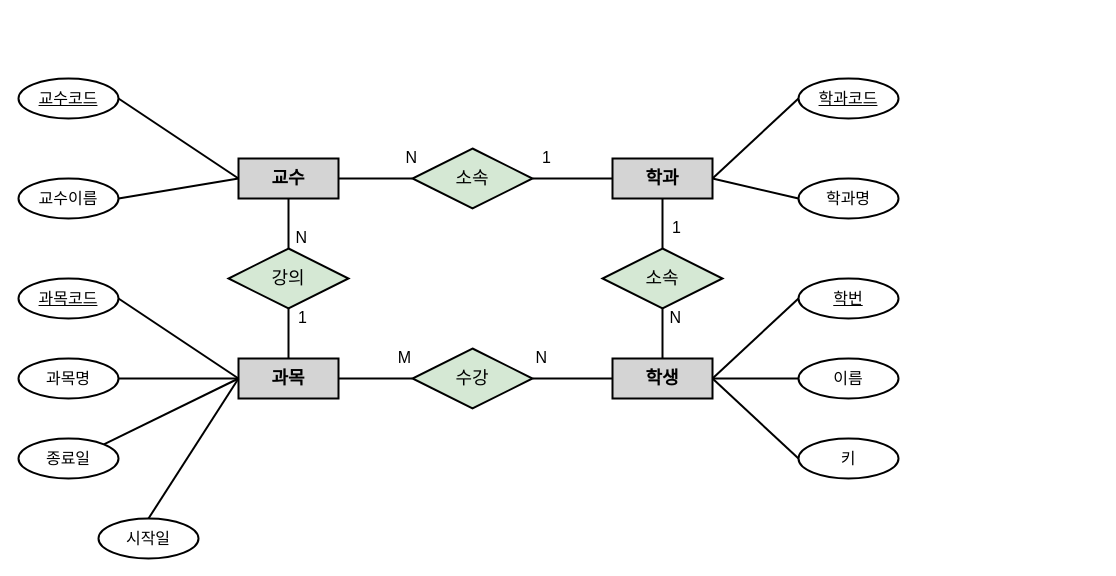
This is haksa.drawio from Sun-Rang/Study_MySQL, a draw.io file, before an edit. Source tidied: cells renumbered, new cells numbered last; positions are measured from the earlier drawing's top-left corner, leaving out a move shared by most shapes. Both pictures are drawn from the tidied source at 100%, with x=0, y=0 at pixel (18, 78).
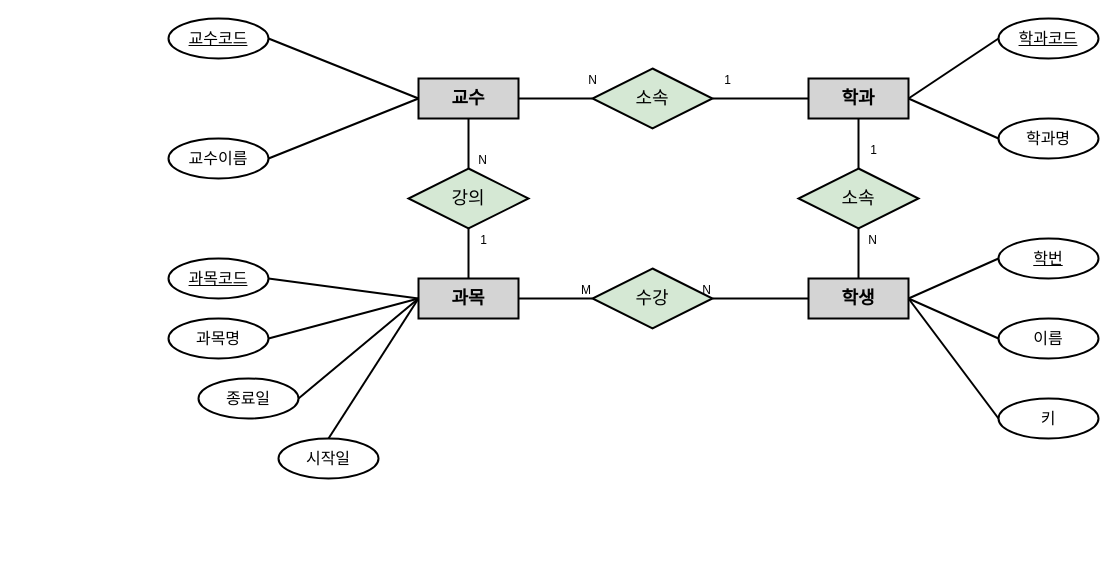
After the change.

The change refers to these unchanged cells:
```xml
<mxCell id="21" style="endArrow=none;html=1;rounded=0;exitX=1;exitY=0.5;exitDx=0;exitDy=0;entryX=0;entryY=0.5;entryDx=0;entryDy=0;strokeWidth=2;" parent="1" edge="1" source="6" target="11">
  <mxGeometry relative="1" as="geometry" />
</mxCell>
<mxCell id="23" style="endArrow=none;html=1;rounded=0;exitX=0;exitY=0.5;exitDx=0;exitDy=0;entryX=1;entryY=0.5;entryDx=0;entryDy=0;strokeWidth=2;" parent="1" edge="1" source="15" target="11">
  <mxGeometry relative="1" as="geometry" />
</mxCell>
<mxCell id="25" style="endArrow=none;html=1;rounded=0;exitX=0.5;exitY=1;exitDx=0;exitDy=0;entryX=0.5;entryY=0;entryDx=0;entryDy=0;strokeWidth=2;" parent="1" edge="1" source="2" target="5">
  <mxGeometry relative="1" as="geometry" />
</mxCell>
<mxCell id="27" style="endArrow=none;html=1;rounded=0;exitX=0.5;exitY=0;exitDx=0;exitDy=0;strokeWidth=2;" parent="1" edge="1" source="6" target="5">
  <mxGeometry relative="1" as="geometry" />
</mxCell>
<mxCell id="29" style="endArrow=none;html=1;rounded=0;entryX=0;entryY=0.5;entryDx=0;entryDy=0;exitX=1;exitY=0.5;exitDx=0;exitDy=0;strokeWidth=2;" parent="1" edge="1" source="2" target="12">
  <mxGeometry relative="1" as="geometry" />
</mxCell>
<mxCell id="31" style="endArrow=none;html=1;rounded=0;exitX=0;exitY=0.5;exitDx=0;exitDy=0;entryX=1;entryY=0.5;entryDx=0;entryDy=0;strokeWidth=2;" parent="1" edge="1" source="14" target="12">
  <mxGeometry relative="1" as="geometry" />
</mxCell>
<mxCell id="33" style="endArrow=none;html=1;rounded=0;exitX=0.5;exitY=1;exitDx=0;exitDy=0;entryX=0.5;entryY=0;entryDx=0;entryDy=0;strokeWidth=2;" parent="1" edge="1" source="14" target="13">
  <mxGeometry relative="1" as="geometry" />
</mxCell>
<mxCell id="35" style="endArrow=none;html=1;rounded=0;entryX=0.5;entryY=1;entryDx=0;entryDy=0;exitX=0.5;exitY=0;exitDx=0;exitDy=0;strokeWidth=2;" parent="1" edge="1" source="15" target="13">
  <mxGeometry relative="1" as="geometry" />
</mxCell>
```

What changed in the source:
```diff
@@
     <mxCell id="2" value="교수" style="whiteSpace=wrap;html=1;align=center;fontSize=18;fillColor=#D4D4D4;strokeWidth=2;fontStyle=1;" parent="1" vertex="1">
-      <mxGeometry x="220" y="80" width="100" height="40" as="geometry" />
+      <mxGeometry x="400" width="100" height="40" as="geometry" />
     </mxCell>
     <mxCell id="3" value="교수코드" style="ellipse;whiteSpace=wrap;html=1;align=center;fontStyle=4;fontSize=16;strokeWidth=2;" parent="1" vertex="1">
-      <mxGeometry width="100" height="40" as="geometry" />
+      <mxGeometry x="150" y="-60" width="100" height="40" as="geometry" />
     </mxCell>
     <mxCell id="4" value="교수이름" style="ellipse;whiteSpace=wrap;html=1;align=center;fontSize=16;strokeWidth=2;" parent="1" vertex="1">
-      <mxGeometry y="100" width="100" height="40" as="geometry" />
+      <mxGeometry x="150" y="60" width="100" height="40" as="geometry" />
     </mxCell>
     <mxCell id="5" value="강의" style="shape=rhombus;perimeter=rhombusPerimeter;whiteSpace=wrap;html=1;align=center;fontSize=18;fillColor=#d5e8d4;strokeColor=#000000;strokeWidth=2;" parent="1" vertex="1">
-      <mxGeometry x="210" y="170" width="120" height="60" as="geometry" />
+      <mxGeometry x="390" y="90" width="120" height="60" as="geometry" />
     </mxCell>
     <mxCell id="6" value="과목" style="whiteSpace=wrap;html=1;align=center;fontSize=18;fillColor=#D4D4D4;strokeWidth=2;fontStyle=1;" parent="1" vertex="1">
-      <mxGeometry x="220" y="280" width="100" height="40" as="geometry" />
+      <mxGeometry x="400" y="200" width="100" height="40" as="geometry" />
     </mxCell>
     <mxCell id="7" value="과목코드" style="ellipse;whiteSpace=wrap;html=1;align=center;fontStyle=4;fontSize=16;strokeWidth=2;" parent="1" vertex="1">
-      <mxGeometry y="200" width="100" height="40" as="geometry" />
+      <mxGeometry x="150" y="180" width="100" height="40" as="geometry" />
     </mxCell>
     <mxCell id="8" value="과목명" style="ellipse;whiteSpace=wrap;html=1;align=center;fontSize=16;strokeWidth=2;" parent="1" vertex="1">
-      <mxGeometry y="280" width="100" height="40" as="geometry" />
+      <mxGeometry x="150" y="240" width="100" height="40" as="geometry" />
     </mxCell>
     <mxCell id="9" value="종료일" style="ellipse;whiteSpace=wrap;html=1;align=center;fontSize=16;strokeWidth=2;" parent="1" vertex="1">
-      <mxGeometry y="360" width="100" height="40" as="geometry" />
+      <mxGeometry x="180" y="300" width="100" height="40" as="geometry" />
     </mxCell>
     <mxCell id="10" value="시작일" style="ellipse;whiteSpace=wrap;html=1;align=center;fontSize=16;strokeWidth=2;" parent="1" vertex="1">
-      <mxGeometry x="80" y="440" width="100" height="40" as="geometry" />
+      <mxGeometry x="260" y="360" width="100" height="40" as="geometry" />
     </mxCell>
     <mxCell id="11" value="수강" style="shape=rhombus;perimeter=rhombusPerimeter;whiteSpace=wrap;html=1;align=center;fontSize=18;fillColor=#d5e8d4;strokeColor=#000000;strokeWidth=2;" parent="1" vertex="1">
-      <mxGeometry x="394" y="270" width="120" height="60" as="geometry" />
+      <mxGeometry x="574" y="190" width="120" height="60" as="geometry" />
     </mxCell>
     <mxCell id="12" value="소속" style="shape=rhombus;perimeter=rhombusPerimeter;whiteSpace=wrap;html=1;align=center;fontSize=18;fillColor=#d5e8d4;strokeColor=#000000;strokeWidth=2;" parent="1" vertex="1">
-      <mxGeometry x="394" y="70" width="120" height="60" as="geometry" />
+      <mxGeometry x="574" y="-10" width="120" height="60" as="geometry" />
     </mxCell>
+    <mxCell id="48" style="edgeStyle=orthogonalEdgeStyle;rounded=0;jettySize=auto;html=1;" parent="1" edge="1" source="13">
+      <mxGeometry relative="1" as="geometry">
+        <mxPoint x="840" y="10" as="targetPoint" />
+      </mxGeometry>
+    </mxCell>
     <mxCell id="13" value="소속" style="shape=rhombus;perimeter=rhombusPerimeter;whiteSpace=wrap;html=1;align=center;fontSize=18;fillColor=#d5e8d4;strokeColor=#000000;strokeWidth=2;" parent="1" vertex="1">
-      <mxGeometry x="584" y="170" width="120" height="60" as="geometry" />
+      <mxGeometry x="780" y="90" width="120" height="60" as="geometry" />
     </mxCell>
     <mxCell id="14" value="학과" style="whiteSpace=wrap;html=1;align=center;fontSize=18;fillColor=#D4D4D4;strokeWidth=2;fontStyle=1;" parent="1" vertex="1">
-      <mxGeometry x="594" y="80" width="100" height="40" as="geometry" />
+      <mxGeometry x="790" width="100" height="40" as="geometry" />
     </mxCell>
     <mxCell id="15" value="학생" style="whiteSpace=wrap;html=1;align=center;fontSize=18;fillColor=#D4D4D4;strokeWidth=2;fontStyle=1;" parent="1" vertex="1">
-      <mxGeometry x="594" y="280" width="100" height="40" as="geometry" />
+      <mxGeometry x="790" y="200" width="100" height="40" as="geometry" />
     </mxCell>
     <mxCell id="16" value="학과코드" style="ellipse;whiteSpace=wrap;html=1;align=center;fontStyle=4;fontSize=16;strokeWidth=2;" parent="1" vertex="1">
-      <mxGeometry x="780" width="100" height="40" as="geometry" />
+      <mxGeometry x="980" y="-60" width="100" height="40" as="geometry" />
     </mxCell>
     <mxCell id="17" value="학과명" style="ellipse;whiteSpace=wrap;html=1;align=center;fontSize=16;strokeWidth=2;" parent="1" vertex="1">
-      <mxGeometry x="780" y="100" width="100" height="40" as="geometry" />
+      <mxGeometry x="980" y="40" width="100" height="40" as="geometry" />
     </mxCell>
     <mxCell id="18" value="이름" style="ellipse;whiteSpace=wrap;html=1;align=center;fontSize=16;strokeWidth=2;" parent="1" vertex="1">
-      <mxGeometry x="780" y="280" width="100" height="40" as="geometry" />
+      <mxGeometry x="980" y="240" width="100" height="40" as="geometry" />
     </mxCell>
     <mxCell id="19" value="학번" style="ellipse;whiteSpace=wrap;html=1;align=center;fontStyle=4;fontSize=16;strokeWidth=2;" parent="1" vertex="1">
-      <mxGeometry x="780" y="200" width="100" height="40" as="geometry" />
+      <mxGeometry x="980" y="160" width="100" height="40" as="geometry" />
     </mxCell>
     <mxCell id="20" value="키" style="ellipse;whiteSpace=wrap;html=1;align=center;fontSize=16;strokeWidth=2;" parent="1" vertex="1">
-      <mxGeometry x="780" y="360" width="100" height="40" as="geometry" />
+      <mxGeometry x="980" y="320" width="100" height="40" as="geometry" />
     </mxCell>
@@
-    <mxCell id="22" value="M" style="html=1;whiteSpace=wrap;align=right;verticalAlign=bottom;fontSize=16;" parent="21" vertex="1">
-      <mxGeometry x="1" relative="1" as="geometry">
-        <mxPoint y="-10" as="offset" />
-      </mxGeometry>
+    <mxCell id="22" value="M" style="html=1;whiteSpace=wrap;align=right;verticalAlign=bottom;" parent="21" vertex="1">
+      <mxGeometry x="1" relative="1" as="geometry" />
     </mxCell>
@@
-    <mxCell id="24" value="N" style="html=1;whiteSpace=wrap;align=right;verticalAlign=bottom;fontSize=16;" parent="23" vertex="1">
-      <mxGeometry x="1" relative="1" as="geometry">
-        <mxPoint x="16" y="-10" as="offset" />
-      </mxGeometry>
+    <mxCell id="24" value="N" style="html=1;whiteSpace=wrap;align=right;verticalAlign=bottom;" parent="23" vertex="1">
+      <mxGeometry x="1" relative="1" as="geometry" />
     </mxCell>
@@
-    <mxCell id="26" value="N" style="html=1;whiteSpace=wrap;align=right;verticalAlign=bottom;fontSize=16;" parent="25" vertex="1">
+    <mxCell id="26" value="N" style="html=1;whiteSpace=wrap;align=right;verticalAlign=bottom;" parent="25" vertex="1">
       <mxGeometry x="1" relative="1" as="geometry">
         <mxPoint x="20" as="offset" />
       </mxGeometry>
     </mxCell>
@@
-    <mxCell id="28" value="1" style="html=1;whiteSpace=wrap;align=right;verticalAlign=bottom;fontSize=16;" parent="27" vertex="1">
+    <mxCell id="28" value="1" style="html=1;whiteSpace=wrap;align=right;verticalAlign=bottom;" parent="27" vertex="1">
       <mxGeometry x="1" relative="1" as="geometry">
         <mxPoint x="20" y="20" as="offset" />
       </mxGeometry>
     </mxCell>
@@
-    <mxCell id="30" value="N" style="html=1;whiteSpace=wrap;align=right;verticalAlign=bottom;fontSize=16;" parent="29" vertex="1">
+    <mxCell id="30" value="N" style="html=1;whiteSpace=wrap;align=right;verticalAlign=bottom;" parent="29" vertex="1">
       <mxGeometry x="1" relative="1" as="geometry">
         <mxPoint x="6" y="-10" as="offset" />
       </mxGeometry>
     </mxCell>
@@
-    <mxCell id="32" value="1" style="html=1;whiteSpace=wrap;align=right;verticalAlign=bottom;fontSize=16;" parent="31" vertex="1">
+    <mxCell id="32" value="1" style="html=1;whiteSpace=wrap;align=right;verticalAlign=bottom;" parent="31" vertex="1">
       <mxGeometry x="1" relative="1" as="geometry">
         <mxPoint x="20" y="-10" as="offset" />
       </mxGeometry>
     </mxCell>
@@
-    <mxCell id="34" value="1" style="html=1;whiteSpace=wrap;align=right;verticalAlign=bottom;fontSize=16;" parent="33" vertex="1">
+    <mxCell id="34" value="1" style="html=1;whiteSpace=wrap;align=right;verticalAlign=bottom;" parent="33" vertex="1">
       <mxGeometry x="1" relative="1" as="geometry">
         <mxPoint x="20" y="-10" as="offset" />
       </mxGeometry>
     </mxCell>
@@
-    <mxCell id="36" value="N" style="html=1;whiteSpace=wrap;align=right;verticalAlign=bottom;fontSize=16;" parent="35" vertex="1">
+    <mxCell id="36" value="N" style="html=1;whiteSpace=wrap;align=right;verticalAlign=bottom;" parent="35" vertex="1">
       <mxGeometry x="1" relative="1" as="geometry">
         <mxPoint x="20" y="20" as="offset" />
       </mxGeometry>
     </mxCell>
@@
-    <mxCell id="39" style="endArrow=none;html=1;rounded=0;strokeWidth=2;exitX=1;exitY=0.5;exitDx=0;exitDy=0;entryX=0;entryY=0.5;entryDx=0;entryDy=0;" parent="1" edge="1" source="7" target="6">
-      <mxGeometry relative="1" as="geometry" />
+    <mxCell id="39" style="endArrow=none;html=1;rounded=0;strokeWidth=2;exitX=1;exitY=0.5;exitDx=0;exitDy=0;entryX=0;entryY=0.5;entryDx=0;entryDy=0;" parent="1" edge="1" source="7">
+      <mxGeometry relative="1" as="geometry">
+        <mxPoint x="400" y="220" as="targetPoint" />
+      </mxGeometry>
     </mxCell>
@@
-    <mxCell id="41" style="endArrow=none;html=1;rounded=0;strokeWidth=2;exitX=1;exitY=0;exitDx=0;exitDy=0;entryX=0;entryY=0.5;entryDx=0;entryDy=0;" parent="1" edge="1" source="9" target="6">
+    <mxCell id="41" style="endArrow=none;html=1;rounded=0;strokeWidth=2;exitX=1;exitY=0.5;exitDx=0;exitDy=0;entryX=0;entryY=0.5;entryDx=0;entryDy=0;" parent="1" edge="1" source="9" target="6">
       <mxGeometry relative="1" as="geometry" />
     </mxCell>
```
